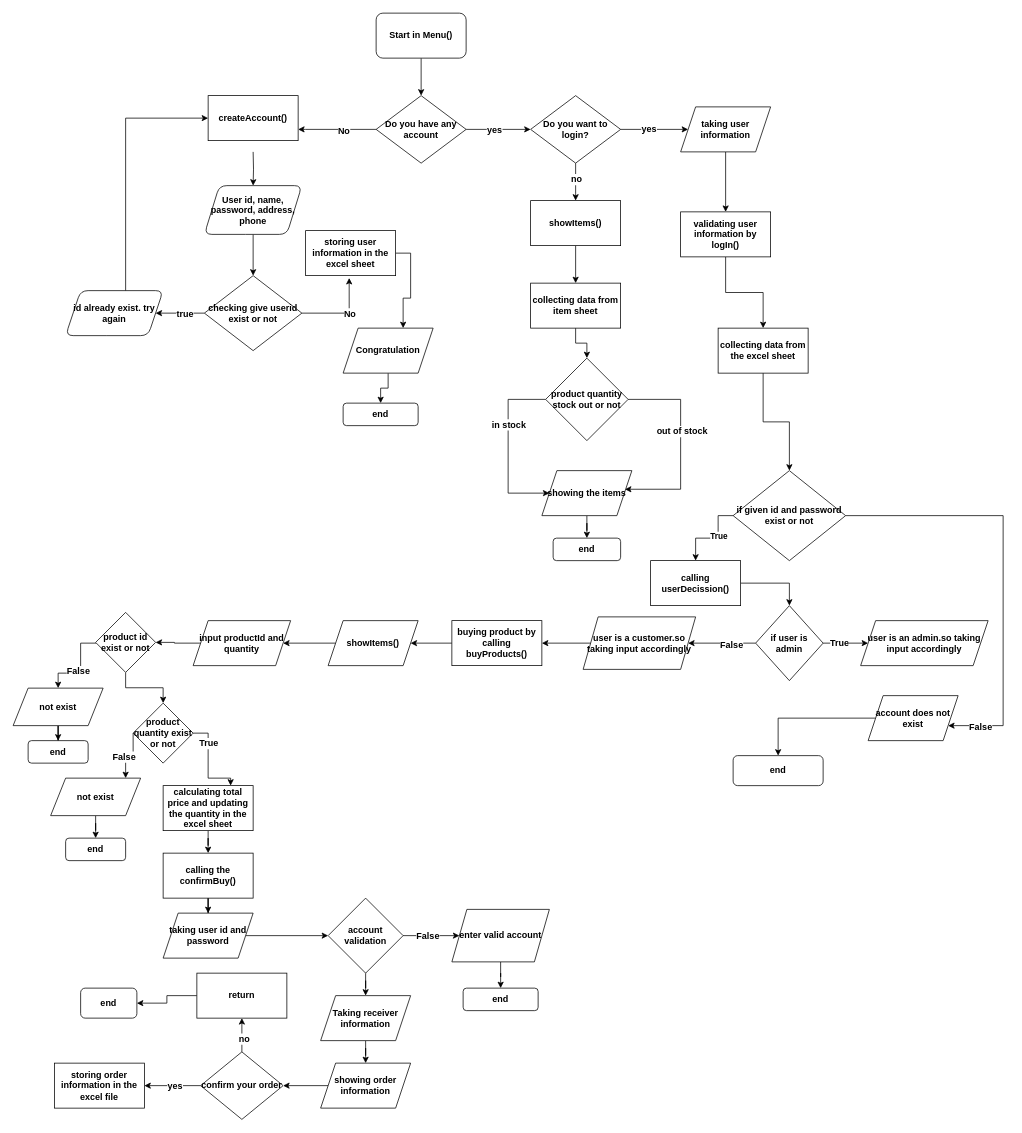
Before: page "Page-1" (1 of 2) of onlineShopping(customer).drawio in Barkatopu1345/Online-shopping-system, a draw.io diagram. Source tidied: cells renumbered, new cells numbered last; positions are measured from the earlier drawing's top-left corner, leaving out a move shared by most shapes. Both pictures are drawn from the tidied source at 75%, with x=0, y=0 at pixel (13, 13).
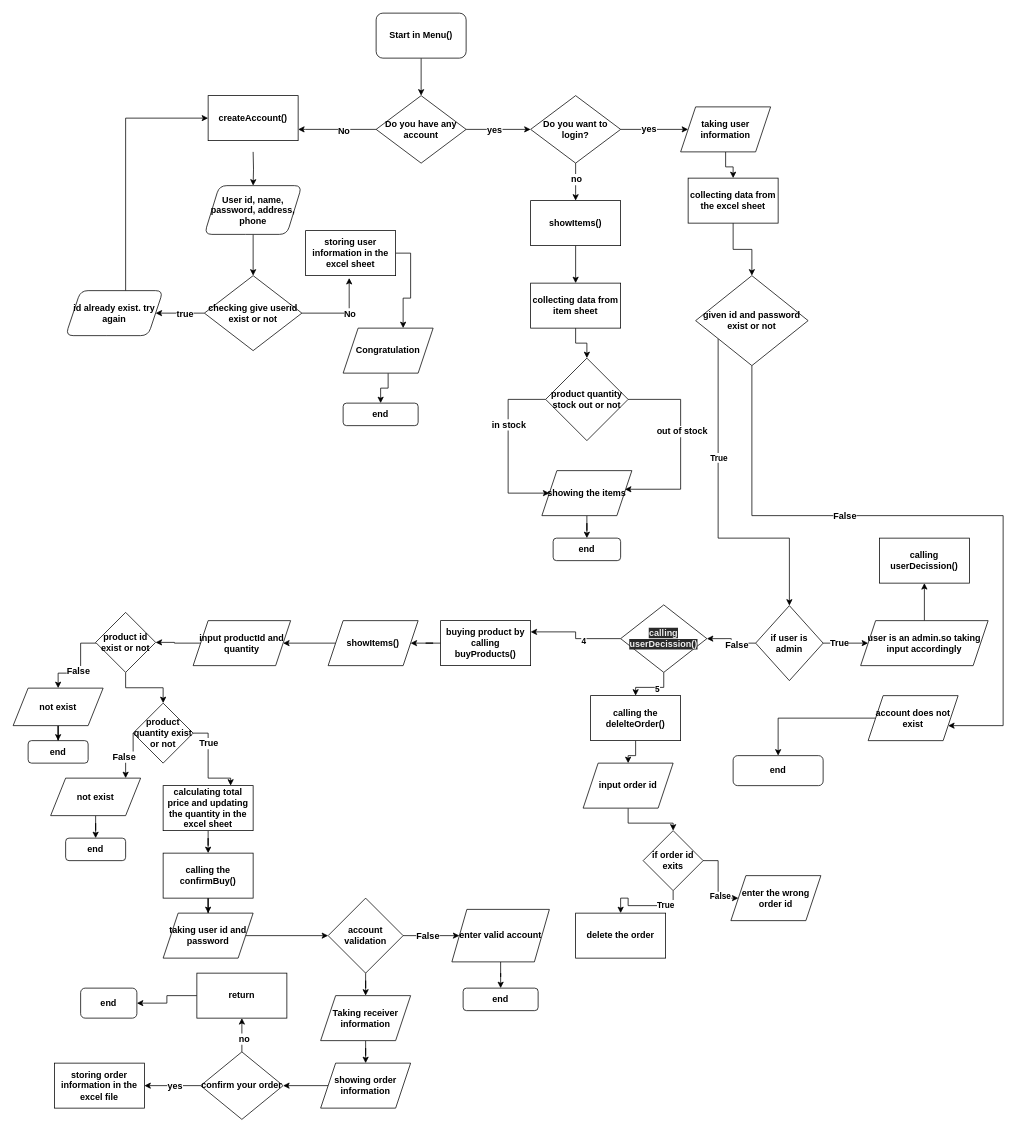
Above is the later version.

The change refers to these unchanged cells:
```xml
<mxCell id="43" value="taking user information" style="shape=parallelogram;perimeter=parallelogramPerimeter;whiteSpace=wrap;html=1;fixedSize=1;rounded=0;fontStyle=1;fontSize=12;" parent="1" vertex="1">
  <mxGeometry x="890" y="125" width="120" height="60" as="geometry" />
</mxCell>
<mxCell id="48" style="edgeStyle=orthogonalEdgeStyle;rounded=0;jettySize=auto;html=1;fontStyle=1;fontSize=12;" parent="1" edge="1" source="52" target="62">
  <mxGeometry relative="1" as="geometry">
    <Array as="points">
      <mxPoint x="1320" y="670" />
      <mxPoint x="1320" y="950" />
    </Array>
  </mxGeometry>
</mxCell>
<mxCell id="57" value="if user is admin" style="rhombus;whiteSpace=wrap;html=1;rounded=0;fontStyle=1;fontSize=12;" parent="1" vertex="1">
  <mxGeometry x="990" y="790" width="90" height="100" as="geometry" />
</mxCell>
<mxCell id="60" value="user is an admin.so taking input accordingly" style="shape=parallelogram;perimeter=parallelogramPerimeter;whiteSpace=wrap;html=1;fixedSize=1;rounded=0;fontStyle=1;fontSize=12;" parent="1" vertex="1">
  <mxGeometry x="1130" y="810" width="170" height="60" as="geometry" />
</mxCell>
```

Change to the diagram source:
```diff
@@
-    <mxCell id="42" style="edgeStyle=orthogonalEdgeStyle;rounded=0;jettySize=auto;html=1;fontStyle=1;fontSize=12;" parent="1" edge="1" source="43" target="45">
+    <mxCell id="42" style="edgeStyle=orthogonalEdgeStyle;rounded=0;jettySize=auto;html=1;fontStyle=1;fontSize=12;" parent="1" edge="1" source="43" target="47">
       <mxGeometry relative="1" as="geometry" />
     </mxCell>
@@
-    <mxCell id="44" style="edgeStyle=orthogonalEdgeStyle;rounded=0;jettySize=auto;html=1;fontStyle=1;fontSize=12;" parent="1" edge="1" source="45" target="47">
-      <mxGeometry relative="1" as="geometry" />
-    </mxCell>
-    <mxCell id="45" value="validating user information by logIn()" style="whiteSpace=wrap;html=1;rounded=0;fontStyle=1;fontSize=12;" parent="1" vertex="1">
-      <mxGeometry x="890" y="265" width="120" height="60" as="geometry" />
-    </mxCell>
@@
     <mxCell id="47" value="collecting data from the excel sheet" style="rounded=0;whiteSpace=wrap;html=1;fontStyle=1;fontSize=12;" parent="1" vertex="1">
-      <mxGeometry x="940" y="420" width="120" height="60" as="geometry" />
+      <mxGeometry x="900" y="220" width="120" height="60" as="geometry" />
     </mxCell>
@@
     <mxCell id="49" value="False" style="edgeLabel;html=1;align=center;verticalAlign=middle;fontStyle=1;fontSize=12;" parent="48" vertex="1">
-      <mxGeometry x="0.85" y="1" relative="1" as="geometry" />
+      <mxGeometry x="0.85" y="1" relative="1" as="geometry">
+        <mxPoint x="-205" y="-281" as="offset" />
+      </mxGeometry>
     </mxCell>
-    <mxCell id="50" style="edgeStyle=orthogonalEdgeStyle;rounded=0;jettySize=auto;html=1;entryX=0.5;entryY=0;entryDx=0;entryDy=0;fontStyle=1;" parent="1" edge="1" source="52" target="112">
+    <mxCell id="50" style="edgeStyle=orthogonalEdgeStyle;rounded=0;jettySize=auto;html=1;fontStyle=1;entryX=0.5;entryY=0;entryDx=0;entryDy=0;" parent="1" edge="1" source="52" target="57">
       <mxGeometry relative="1" as="geometry">
         <Array as="points">
-          <mxPoint x="940" y="670" />
           <mxPoint x="940" y="700" />
-          <mxPoint x="910" y="700" />
+          <mxPoint x="1035" y="700" />
         </Array>
       </mxGeometry>
     </mxCell>
@@
-    <mxCell id="52" value="if given id and password exist or not" style="rhombus;whiteSpace=wrap;html=1;rounded=0;fontStyle=1;fontSize=12;" parent="1" vertex="1">
-      <mxGeometry x="960" y="610" width="150" height="120" as="geometry" />
+    <mxCell id="52" value="given id and password exist or not" style="rhombus;whiteSpace=wrap;html=1;rounded=0;fontStyle=1;fontSize=12;" parent="1" vertex="1">
+      <mxGeometry x="910" y="350" width="150" height="120" as="geometry" />
     </mxCell>
-    <mxCell id="53" style="edgeStyle=orthogonalEdgeStyle;rounded=0;jettySize=auto;html=1;fontStyle=1;fontSize=12;" parent="1" edge="1" source="57" target="59">
+    <mxCell id="53" style="edgeStyle=orthogonalEdgeStyle;rounded=0;jettySize=auto;html=1;fontStyle=1;fontSize=12;entryX=1;entryY=0.5;entryDx=0;entryDy=0;" parent="1" edge="1" source="57" target="118">
       <mxGeometry relative="1" as="geometry" />
     </mxCell>
@@
-    <mxCell id="58" style="edgeStyle=orthogonalEdgeStyle;rounded=0;jettySize=auto;html=1;fontStyle=1;fontSize=12;" parent="1" edge="1" source="59" target="65">
-      <mxGeometry relative="1" as="geometry" />
-    </mxCell>
-    <mxCell id="59" value="user is a customer.so taking input accordingly" style="shape=parallelogram;perimeter=parallelogramPerimeter;whiteSpace=wrap;html=1;fixedSize=1;rounded=0;fontStyle=1;fontSize=12;" parent="1" vertex="1">
-      <mxGeometry x="760" y="805" width="150" height="70" as="geometry" />
-    </mxCell>
+    <mxCell id="113" style="edgeStyle=orthogonalEdgeStyle;rounded=0;jettySize=auto;html=1;entryX=0.5;entryY=1;entryDx=0;entryDy=0;fontStyle=1;" parent="1" edge="1" source="60" target="112">
+      <mxGeometry relative="1" as="geometry" />
+    </mxCell>
@@
     <mxCell id="65" value="buying product by calling buyProducts()" style="rounded=0;whiteSpace=wrap;html=1;fontStyle=1;fontSize=12;" parent="1" vertex="1">
-      <mxGeometry x="585" y="810" width="120" height="60" as="geometry" />
+      <mxGeometry x="570" y="810" width="120" height="60" as="geometry" />
     </mxCell>
@@
-    <mxCell id="111" style="edgeStyle=orthogonalEdgeStyle;rounded=0;jettySize=auto;html=1;entryX=0.5;entryY=0;entryDx=0;entryDy=0;fontStyle=1;" parent="1" edge="1" source="112" target="57">
-      <mxGeometry relative="1" as="geometry" />
-    </mxCell>
     <mxCell id="112" value="calling userDecission()" style="rounded=0;whiteSpace=wrap;html=1;fontStyle=1;" parent="1" vertex="1">
-      <mxGeometry x="850" y="730" width="120" height="60" as="geometry" />
+      <mxGeometry x="1155" y="700" width="120" height="60" as="geometry" />
     </mxCell>
+    <mxCell id="114" style="edgeStyle=orthogonalEdgeStyle;rounded=0;jettySize=auto;html=1;entryX=1;entryY=0.25;entryDx=0;entryDy=0;fontStyle=1;" parent="1" edge="1" source="118" target="65">
+      <mxGeometry relative="1" as="geometry" />
+    </mxCell>
+    <mxCell id="115" value="4" style="edgeLabel;html=1;align=center;verticalAlign=middle;fontStyle=1;" parent="114" vertex="1">
+      <mxGeometry x="-0.22" y="3" relative="1" as="geometry" />
+    </mxCell>
+    <mxCell id="116" style="edgeStyle=orthogonalEdgeStyle;rounded=0;jettySize=auto;html=1;fontStyle=1;" parent="1" edge="1" source="118" target="120">
+      <mxGeometry relative="1" as="geometry" />
+    </mxCell>
+    <mxCell id="117" value="5" style="edgeLabel;html=1;align=center;verticalAlign=middle;fontStyle=1;" parent="116" vertex="1">
+      <mxGeometry x="-0.15" y="2" relative="1" as="geometry" />
+    </mxCell>
+    <mxCell id="118" value="&#10;&#10;&lt;span style=&quot;color: rgb(240, 240, 240); font-family: helvetica; font-size: 12px; font-style: normal; letter-spacing: normal; text-align: center; text-indent: 0px; text-transform: none; word-spacing: 0px; background-color: rgb(42, 42, 42); display: inline; float: none;&quot;&gt;calling userDecission()&lt;/span&gt;&#10;&#10;" style="rhombus;whiteSpace=wrap;html=1;rounded=0;fontStyle=1;" parent="1" vertex="1">
+      <mxGeometry x="810" y="789" width="115" height="90" as="geometry" />
+    </mxCell>
+    <mxCell id="119" style="edgeStyle=orthogonalEdgeStyle;rounded=0;jettySize=auto;html=1;fontStyle=1;" parent="1" edge="1" source="120" target="122">
+      <mxGeometry relative="1" as="geometry" />
+    </mxCell>
+    <mxCell id="120" value="calling the delelteOrder()" style="whiteSpace=wrap;html=1;rounded=0;fontStyle=1;" parent="1" vertex="1">
+      <mxGeometry x="770" y="910" width="120" height="60" as="geometry" />
+    </mxCell>
+    <mxCell id="121" style="edgeStyle=orthogonalEdgeStyle;rounded=0;jettySize=auto;html=1;fontStyle=1;" parent="1" edge="1" source="122" target="127">
+      <mxGeometry relative="1" as="geometry" />
+    </mxCell>
+    <mxCell id="122" value="input order id" style="shape=parallelogram;perimeter=parallelogramPerimeter;whiteSpace=wrap;html=1;fixedSize=1;rounded=0;fontStyle=1;" parent="1" vertex="1">
+      <mxGeometry x="760" y="1000" width="120" height="60" as="geometry" />
+    </mxCell>
+    <mxCell id="123" style="edgeStyle=orthogonalEdgeStyle;rounded=0;jettySize=auto;html=1;fontStyle=1;" parent="1" edge="1" source="127" target="128">
+      <mxGeometry relative="1" as="geometry" />
+    </mxCell>
+    <mxCell id="124" value="True" style="edgeLabel;html=1;align=center;verticalAlign=middle;fontStyle=1;" parent="123" vertex="1">
+      <mxGeometry x="-0.48" y="-2" relative="1" as="geometry" />
+    </mxCell>
+    <mxCell id="125" style="edgeStyle=orthogonalEdgeStyle;rounded=0;jettySize=auto;html=1;fontStyle=1;" parent="1" edge="1" source="127" target="129">
+      <mxGeometry relative="1" as="geometry" />
+    </mxCell>
+    <mxCell id="126" value="False" style="edgeLabel;html=1;align=center;verticalAlign=middle;fontStyle=1;" parent="125" vertex="1">
+      <mxGeometry x="0.38" y="2" relative="1" as="geometry" />
+    </mxCell>
+    <mxCell id="127" value="if order id exits" style="rhombus;whiteSpace=wrap;html=1;rounded=0;fontStyle=1;" parent="1" vertex="1">
+      <mxGeometry x="840" y="1090" width="80" height="80" as="geometry" />
+    </mxCell>
+    <mxCell id="128" value="delete the order" style="rounded=0;whiteSpace=wrap;html=1;fontStyle=1;" parent="1" vertex="1">
+      <mxGeometry x="750" y="1200" width="120" height="60" as="geometry" />
+    </mxCell>
+    <mxCell id="129" value="enter the wrong order id" style="shape=parallelogram;perimeter=parallelogramPerimeter;whiteSpace=wrap;html=1;fixedSize=1;rounded=0;fontStyle=1;" parent="1" vertex="1">
+      <mxGeometry x="957" y="1150" width="120" height="60" as="geometry" />
+    </mxCell>
```
